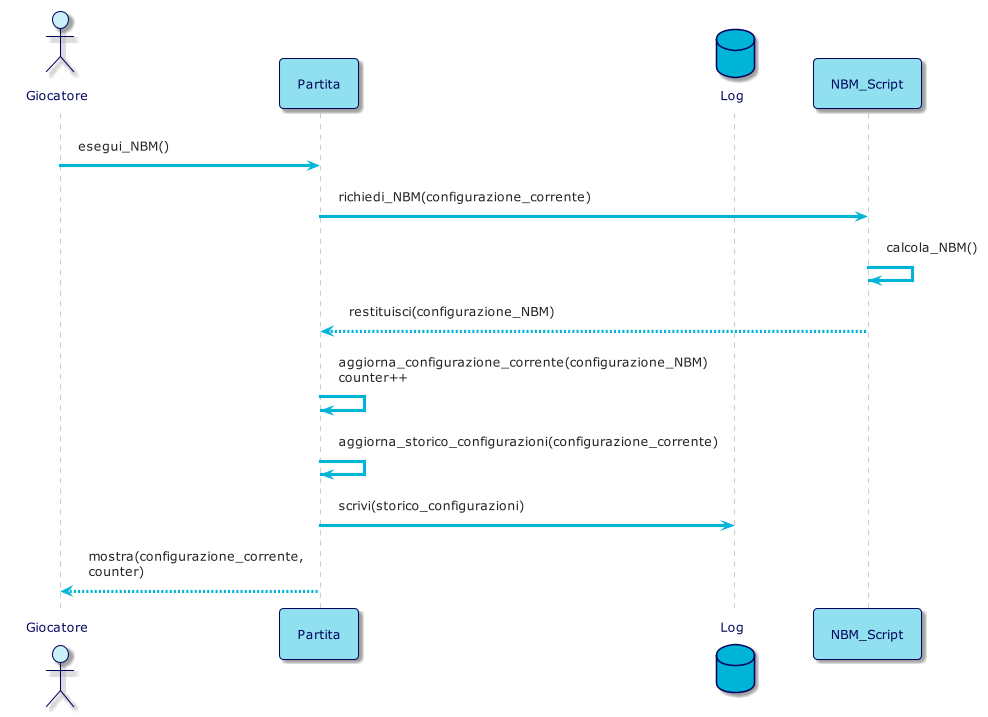
The PlantUML diagram resources/img/diagrams/InternalSequenceDiagram6.png in bellins14/klotski_gruppo2, before a commit.
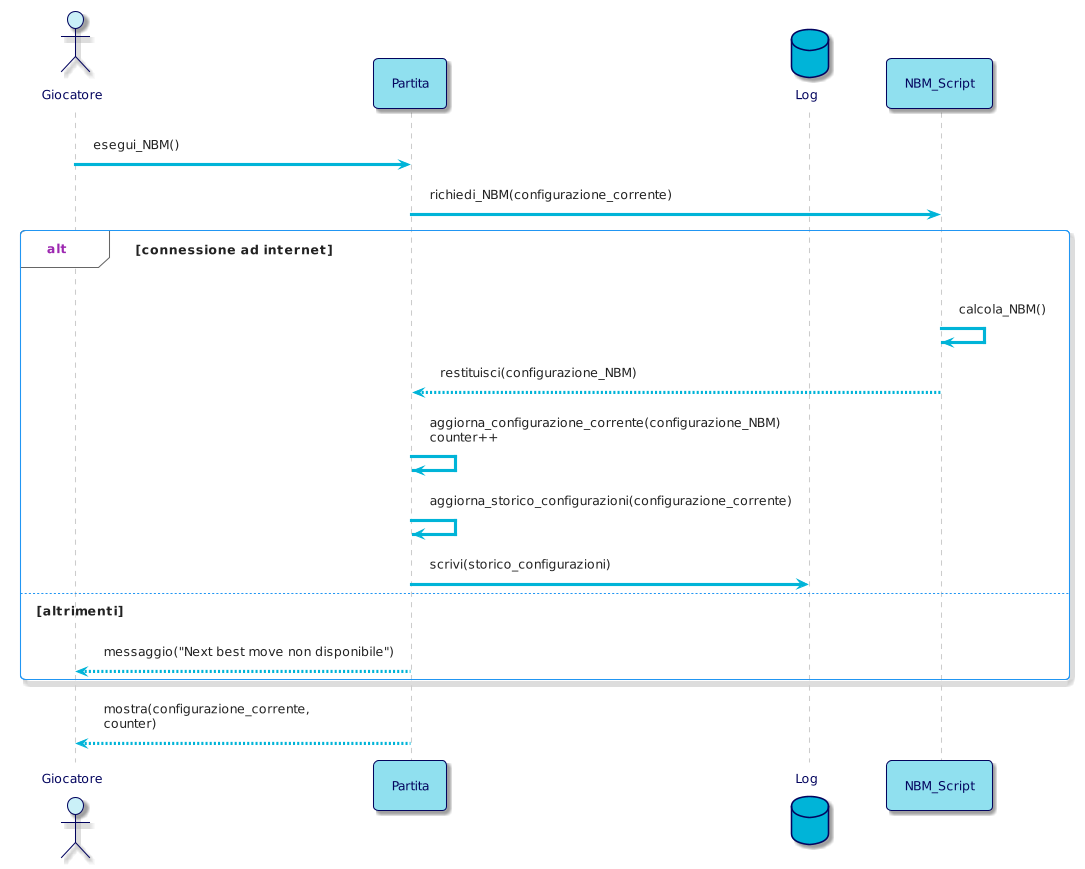
After the commit.

Diff of the diagram source:
```diff
@@ -21,13 +21,17 @@
 Giocatore -> Partita: esegui_NBM()
 
 Partita -> NBM_Script: richiedi_NBM(configurazione_corrente)
-NBM_Script -> NBM_Script: calcola_NBM()
-NBM_Script --> Partita: restituisci(configurazione_NBM)
 
-Partita -> Partita: aggiorna_configurazione_corrente(configurazione_NBM)\ncounter++
-Partita -> Partita: aggiorna_storico_configurazioni(configurazione_corrente)
-Partita -> Log: scrivi(storico_configurazioni)
+alt connessione ad internet
+  NBM_Script -> NBM_Script: calcola_NBM()
+  NBM_Script --> Partita: restituisci(configurazione_NBM)
+
+  Partita -> Partita: aggiorna_configurazione_corrente(configurazione_NBM)\ncounter++
+  Partita -> Partita: aggiorna_storico_configurazioni(configurazione_corrente)
+  Partita -> Log: scrivi(storico_configurazioni)
+else altrimenti
+  Partita --> Giocatore: messaggio("Next best move non disponibile")
+end
 
 Partita --> Giocatore: mostra(configurazione_corrente,\ncounter)
-
 @enduml
```
